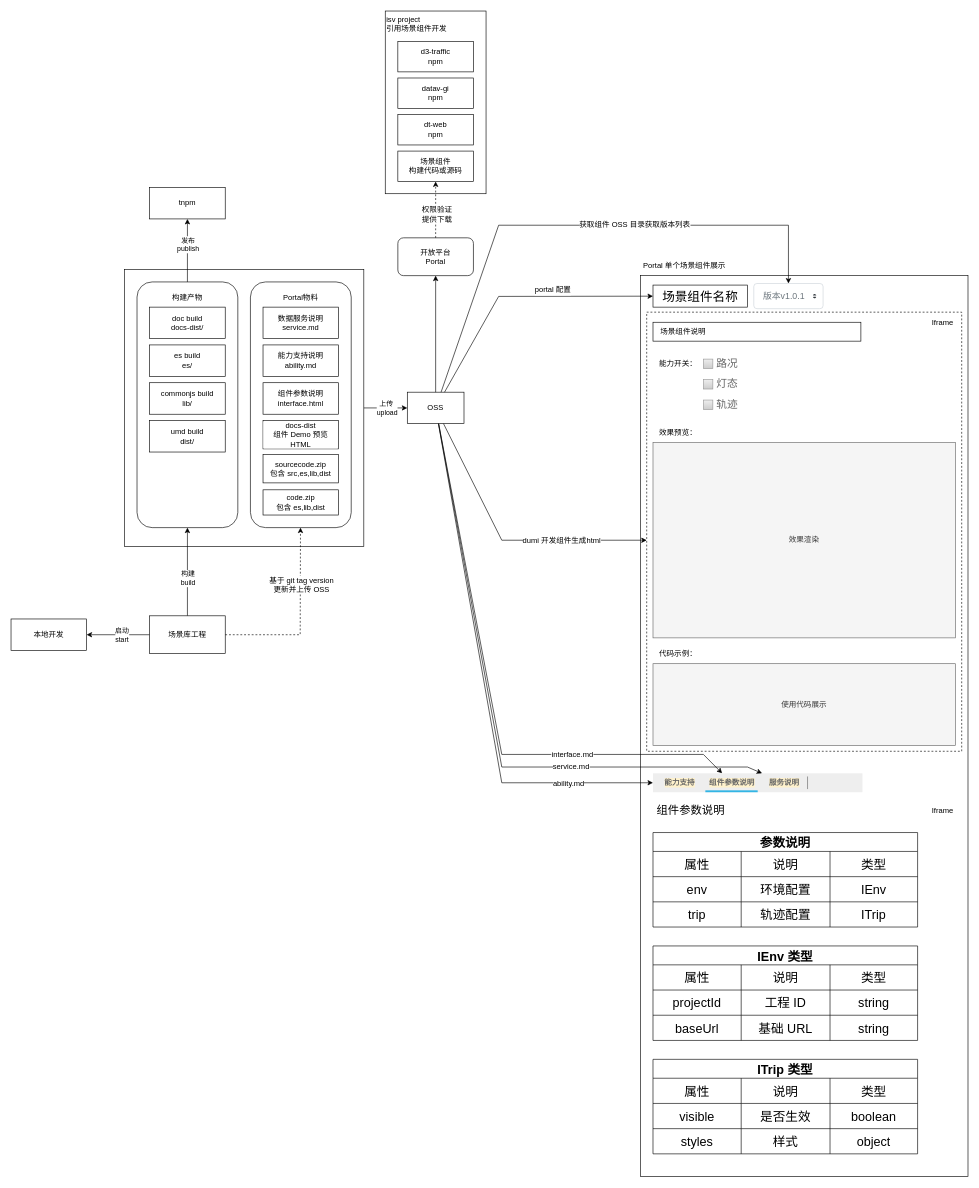
Before: page "组件开发及详情页设计" (2 of 5) of 场景库.drawio in xiazhiqiang/diagrams, a draw.io diagram. Source tidied: cells renumbered, new cells numbered last; positions are measured from the earlier drawing's top-left corner, leaving out a move shared by most shapes. Both pictures are drawn from the tidied source at 63%, with x=0, y=0 at pixel (11, 11).
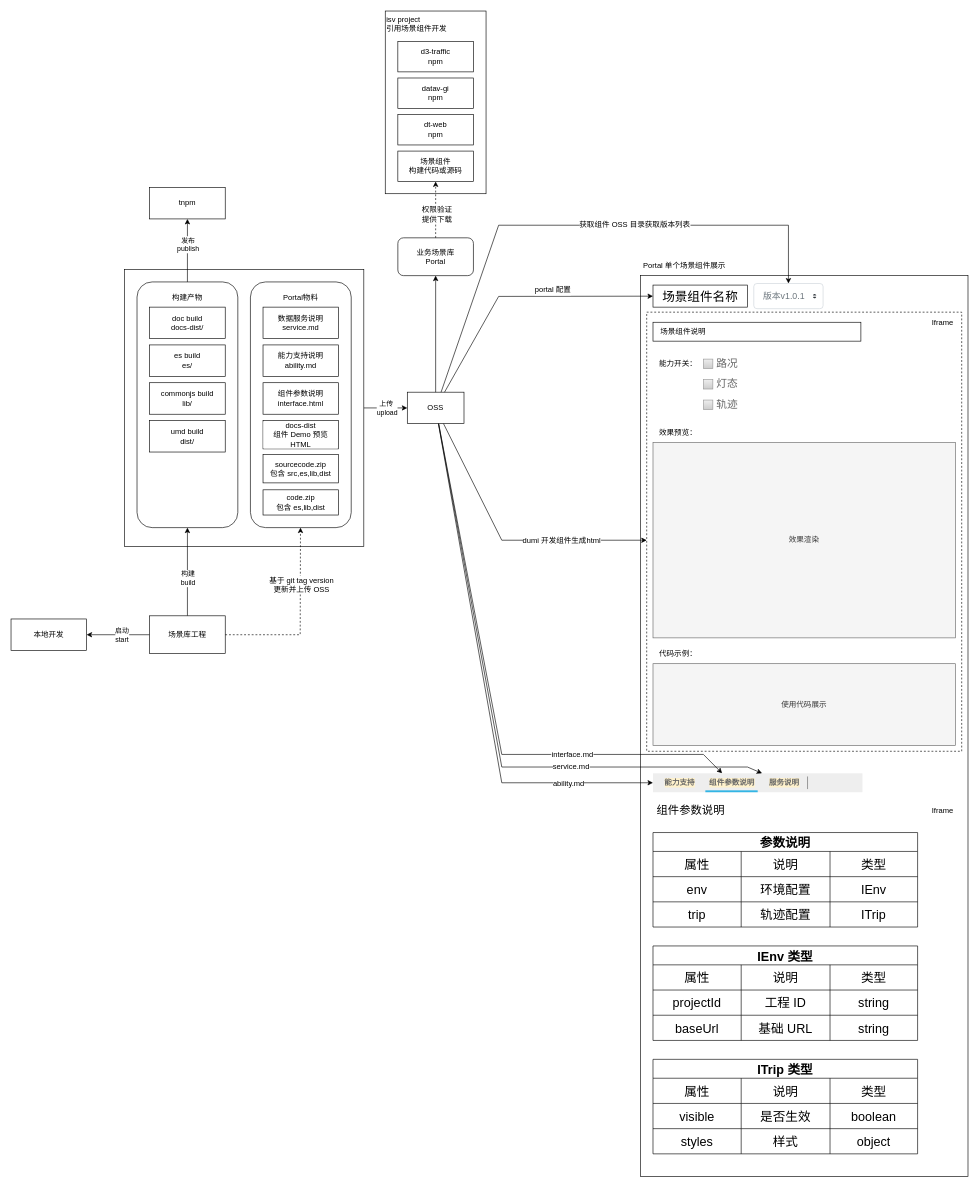
The same page after the edit.

Commit message:
更新场景库.drawio

What changed in the source:
```diff
@@
-    <mxCell id="115" value="开放平台&lt;br&gt;Portal" style="rounded=1;whiteSpace=wrap;html=1;labelBackgroundColor=#FFFFFF;fontSize=12;fontColor=#000000;" parent="1" vertex="1">
+    <mxCell id="115" value="业务场景库&lt;br&gt;Portal" style="rounded=1;whiteSpace=wrap;html=1;labelBackgroundColor=#FFFFFF;fontSize=12;fontColor=#000000;" parent="1" vertex="1">
       <mxGeometry x="614" y="360" width="120" height="60" as="geometry" />
     </mxCell>
```
